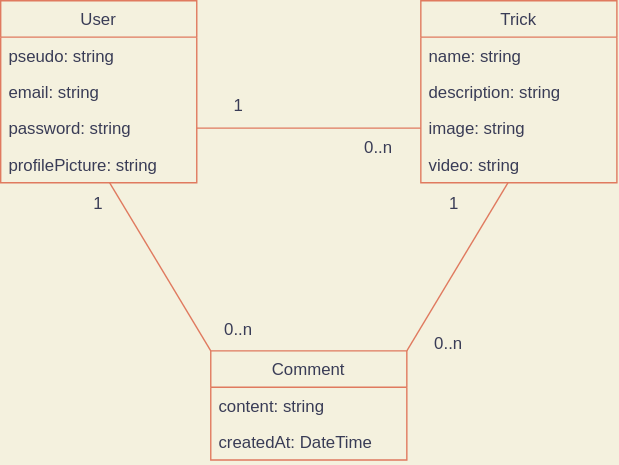
The draw.io diagram public/uml/class_diagram.svg in Tony-marques/p6snowtricks, before a commit. Source tidied: cells renumbered, new cells last; positions are measured from the earlier drawing's top-left corner, leaving out a move shared by most shapes. The source it was exported from:
```xml
<mxGraphModel background="#F4F1DE">
  <root>
    <mxCell id="0" />
    <mxCell id="1" parent="0" />
    <mxCell id="2" value="User" style="swimlane;fontStyle=0;horizontal=1;startSize=26;fillColor=none;strokeColor=#E07A5F;fontColor=#393C56;" parent="1" vertex="1">
      <mxGeometry width="140" height="130" as="geometry" />
    </mxCell>
    <mxCell id="3" value="pseudo: string" style="text;strokeColor=none;fillColor=none;align=left;verticalAlign=top;spacingLeft=4;spacingRight=4;overflow=hidden;fontColor=#393C56;" parent="2" vertex="1">
      <mxGeometry y="26" width="140" height="26" as="geometry" />
    </mxCell>
    <mxCell id="4" value="email: string" style="text;strokeColor=none;fillColor=none;align=left;verticalAlign=top;spacingLeft=4;spacingRight=4;overflow=hidden;fontColor=#393C56;" parent="2" vertex="1">
      <mxGeometry y="52" width="140" height="26" as="geometry" />
    </mxCell>
    <mxCell id="5" value="password: string" style="text;strokeColor=none;fillColor=none;align=left;verticalAlign=top;spacingLeft=4;spacingRight=4;overflow=hidden;points=[[0,0.5],[1,0.5]];portConstraint=eastwest;fontColor=#393C56;" parent="2" vertex="1">
      <mxGeometry y="78" width="140" height="26" as="geometry" />
    </mxCell>
    <mxCell id="6" value="profilePicture: string" style="text;strokeColor=none;fillColor=none;align=left;verticalAlign=top;spacingLeft=4;spacingRight=4;overflow=hidden;points=[[0,0.5],[1,0.5]];portConstraint=eastwest;fontColor=#393C56;" parent="2" vertex="1">
      <mxGeometry y="104" width="140" height="26" as="geometry" />
    </mxCell>
    <mxCell id="7" value="Trick" style="swimlane;fontStyle=0;horizontal=1;startSize=26;fillColor=none;strokeColor=#E07A5F;fontColor=#393C56;" parent="1" vertex="1">
      <mxGeometry x="300" width="140" height="130" as="geometry" />
    </mxCell>
    <mxCell id="8" value="name: string" style="text;strokeColor=none;fillColor=none;align=left;verticalAlign=top;spacingLeft=4;spacingRight=4;overflow=hidden;fontColor=#393C56;" parent="7" vertex="1">
      <mxGeometry y="26" width="140" height="26" as="geometry" />
    </mxCell>
    <mxCell id="9" value="description: string" style="text;strokeColor=none;fillColor=none;align=left;verticalAlign=top;spacingLeft=4;spacingRight=4;overflow=hidden;fontColor=#393C56;" parent="7" vertex="1">
      <mxGeometry y="52" width="140" height="26" as="geometry" />
    </mxCell>
    <mxCell id="10" value="image: string" style="text;strokeColor=none;fillColor=none;align=left;verticalAlign=top;spacingLeft=4;spacingRight=4;overflow=hidden;points=[[0,0.5],[1,0.5]];portConstraint=eastwest;fontColor=#393C56;" parent="7" vertex="1">
      <mxGeometry y="78" width="140" height="26" as="geometry" />
    </mxCell>
    <mxCell id="11" value="video: string" style="text;strokeColor=none;fillColor=none;align=left;verticalAlign=top;spacingLeft=4;spacingRight=4;overflow=hidden;points=[[0,0.5],[1,0.5]];portConstraint=eastwest;fontColor=#393C56;" parent="7" vertex="1">
      <mxGeometry y="104" width="140" height="26" as="geometry" />
    </mxCell>
    <mxCell id="12" value="Comment" style="swimlane;fontStyle=0;horizontal=1;startSize=26;fillColor=none;strokeColor=#E07A5F;fontColor=#393C56;" parent="1" vertex="1">
      <mxGeometry x="150" y="250" width="140" height="78" as="geometry" />
    </mxCell>
    <mxCell id="13" value="content: string" style="text;strokeColor=none;fillColor=none;align=left;verticalAlign=top;spacingLeft=4;spacingRight=4;overflow=hidden;fontColor=#393C56;" parent="12" vertex="1">
      <mxGeometry y="26" width="140" height="26" as="geometry" />
    </mxCell>
    <mxCell id="14" value="createdAt: DateTime" style="text;strokeColor=none;fillColor=none;align=left;verticalAlign=top;spacingLeft=4;spacingRight=4;overflow=hidden;fontColor=#393C56;" parent="12" vertex="1">
      <mxGeometry y="52" width="140" height="26" as="geometry" />
    </mxCell>
    <mxCell id="15" style="endArrow=none;html=1;exitX=1;exitY=0.5;exitDx=0;exitDy=0;entryX=0;entryY=0.5;entryDx=0;entryDy=0;labelBackgroundColor=#F4F1DE;strokeColor=#E07A5F;fontColor=#393C56;" parent="1" edge="1" source="5" target="10">
      <mxGeometry relative="1" as="geometry" />
    </mxCell>
    <mxCell id="16" value="1" style="text;html=1;strokeColor=none;fillColor=none;align=center;verticalAlign=middle;whiteSpace=wrap;rounded=0;fontColor=#393C56;" parent="1" vertex="1">
      <mxGeometry x="140" y="60" width="60" height="30" as="geometry" />
    </mxCell>
    <mxCell id="17" value="0..n" style="text;html=1;strokeColor=none;fillColor=none;align=center;verticalAlign=middle;whiteSpace=wrap;rounded=0;fontColor=#393C56;" parent="1" vertex="1">
      <mxGeometry x="240" y="90" width="60" height="30" as="geometry" />
    </mxCell>
    <mxCell id="18" style="endArrow=none;html=1;entryX=1;entryY=0;entryDx=0;entryDy=0;labelBackgroundColor=#F4F1DE;strokeColor=#E07A5F;fontColor=#393C56;" parent="1" edge="1" source="11" target="12">
      <mxGeometry relative="1" as="geometry" />
    </mxCell>
    <mxCell id="19" value="1" style="text;html=1;strokeColor=none;fillColor=none;align=center;verticalAlign=middle;whiteSpace=wrap;rounded=0;fontColor=#393C56;" parent="1" vertex="1">
      <mxGeometry x="40" y="130" width="60" height="30" as="geometry" />
    </mxCell>
    <mxCell id="20" value="0..n" style="text;html=1;strokeColor=none;fillColor=none;align=center;verticalAlign=middle;whiteSpace=wrap;rounded=0;fontColor=#393C56;" parent="1" vertex="1">
      <mxGeometry x="140" y="220" width="60" height="30" as="geometry" />
    </mxCell>
    <mxCell id="21" value="1" style="text;html=1;strokeColor=none;fillColor=none;align=center;verticalAlign=middle;whiteSpace=wrap;rounded=0;fontColor=#393C56;" parent="1" vertex="1">
      <mxGeometry x="294" y="130" width="60" height="30" as="geometry" />
    </mxCell>
    <mxCell id="22" value="0..n" style="text;html=1;strokeColor=none;fillColor=none;align=center;verticalAlign=middle;whiteSpace=wrap;rounded=0;fontColor=#393C56;" parent="1" vertex="1">
      <mxGeometry x="290" y="230" width="60" height="30" as="geometry" />
    </mxCell>
    <mxCell id="23" style="endArrow=none;html=1;entryX=0;entryY=0;entryDx=0;entryDy=0;labelBackgroundColor=#F4F1DE;strokeColor=#E07A5F;fontColor=#393C56;" parent="1" edge="1" source="6" target="12">
      <mxGeometry relative="1" as="geometry" />
    </mxCell>
  </root>
</mxGraphModel>
```
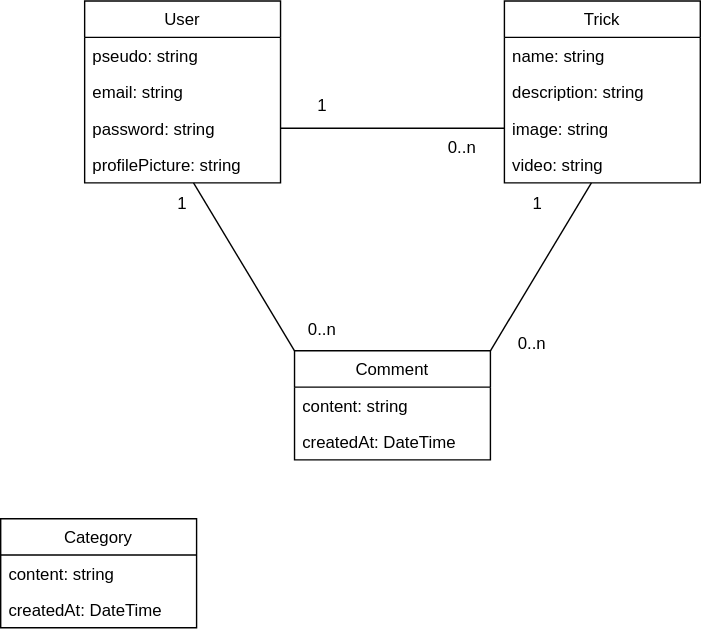
The same file after the commit.

What changed in the source:
```diff
@@ -1,72 +1,81 @@
-<mxGraphModel background="#F4F1DE">
+<mxGraphModel>
   <root>
     <mxCell id="0" />
     <mxCell id="1" parent="0" />
-    <mxCell id="2" value="User" style="swimlane;fontStyle=0;horizontal=1;startSize=26;fillColor=none;strokeColor=#E07A5F;fontColor=#393C56;" parent="1" vertex="1">
+    <mxCell id="2" value="User" style="swimlane;fontStyle=0;horizontal=1;startSize=26;fillColor=none;" parent="1" vertex="1">
       <mxGeometry width="140" height="130" as="geometry" />
     </mxCell>
-    <mxCell id="3" value="pseudo: string" style="text;strokeColor=none;fillColor=none;align=left;verticalAlign=top;spacingLeft=4;spacingRight=4;overflow=hidden;fontColor=#393C56;" parent="2" vertex="1">
+    <mxCell id="3" value="pseudo: string" style="text;strokeColor=none;fillColor=none;align=left;verticalAlign=top;spacingLeft=4;spacingRight=4;overflow=hidden;" parent="2" vertex="1">
       <mxGeometry y="26" width="140" height="26" as="geometry" />
     </mxCell>
-    <mxCell id="4" value="email: string" style="text;strokeColor=none;fillColor=none;align=left;verticalAlign=top;spacingLeft=4;spacingRight=4;overflow=hidden;fontColor=#393C56;" parent="2" vertex="1">
+    <mxCell id="4" value="email: string" style="text;strokeColor=none;fillColor=none;align=left;verticalAlign=top;spacingLeft=4;spacingRight=4;overflow=hidden;" parent="2" vertex="1">
       <mxGeometry y="52" width="140" height="26" as="geometry" />
     </mxCell>
-    <mxCell id="5" value="password: string" style="text;strokeColor=none;fillColor=none;align=left;verticalAlign=top;spacingLeft=4;spacingRight=4;overflow=hidden;points=[[0,0.5],[1,0.5]];portConstraint=eastwest;fontColor=#393C56;" parent="2" vertex="1">
+    <mxCell id="5" value="password: string" style="text;strokeColor=none;fillColor=none;align=left;verticalAlign=top;spacingLeft=4;spacingRight=4;overflow=hidden;points=[[0,0.5],[1,0.5]];portConstraint=eastwest;" parent="2" vertex="1">
       <mxGeometry y="78" width="140" height="26" as="geometry" />
     </mxCell>
-    <mxCell id="6" value="profilePicture: string" style="text;strokeColor=none;fillColor=none;align=left;verticalAlign=top;spacingLeft=4;spacingRight=4;overflow=hidden;points=[[0,0.5],[1,0.5]];portConstraint=eastwest;fontColor=#393C56;" parent="2" vertex="1">
+    <mxCell id="6" value="profilePicture: string" style="text;strokeColor=none;fillColor=none;align=left;verticalAlign=top;spacingLeft=4;spacingRight=4;overflow=hidden;points=[[0,0.5],[1,0.5]];portConstraint=eastwest;" parent="2" vertex="1">
       <mxGeometry y="104" width="140" height="26" as="geometry" />
     </mxCell>
-    <mxCell id="7" value="Trick" style="swimlane;fontStyle=0;horizontal=1;startSize=26;fillColor=none;strokeColor=#E07A5F;fontColor=#393C56;" parent="1" vertex="1">
+    <mxCell id="7" value="Trick" style="swimlane;fontStyle=0;horizontal=1;startSize=26;fillColor=none;" parent="1" vertex="1">
       <mxGeometry x="300" width="140" height="130" as="geometry" />
     </mxCell>
-    <mxCell id="8" value="name: string" style="text;strokeColor=none;fillColor=none;align=left;verticalAlign=top;spacingLeft=4;spacingRight=4;overflow=hidden;fontColor=#393C56;" parent="7" vertex="1">
+    <mxCell id="8" value="name: string" style="text;strokeColor=none;fillColor=none;align=left;verticalAlign=top;spacingLeft=4;spacingRight=4;overflow=hidden;" parent="7" vertex="1">
       <mxGeometry y="26" width="140" height="26" as="geometry" />
     </mxCell>
-    <mxCell id="9" value="description: string" style="text;strokeColor=none;fillColor=none;align=left;verticalAlign=top;spacingLeft=4;spacingRight=4;overflow=hidden;fontColor=#393C56;" parent="7" vertex="1">
+    <mxCell id="9" value="description: string" style="text;strokeColor=none;fillColor=none;align=left;verticalAlign=top;spacingLeft=4;spacingRight=4;overflow=hidden;" parent="7" vertex="1">
       <mxGeometry y="52" width="140" height="26" as="geometry" />
     </mxCell>
-    <mxCell id="10" value="image: string" style="text;strokeColor=none;fillColor=none;align=left;verticalAlign=top;spacingLeft=4;spacingRight=4;overflow=hidden;points=[[0,0.5],[1,0.5]];portConstraint=eastwest;fontColor=#393C56;" parent="7" vertex="1">
+    <mxCell id="10" value="image: string" style="text;strokeColor=none;fillColor=none;align=left;verticalAlign=top;spacingLeft=4;spacingRight=4;overflow=hidden;points=[[0,0.5],[1,0.5]];portConstraint=eastwest;" parent="7" vertex="1">
       <mxGeometry y="78" width="140" height="26" as="geometry" />
     </mxCell>
-    <mxCell id="11" value="video: string" style="text;strokeColor=none;fillColor=none;align=left;verticalAlign=top;spacingLeft=4;spacingRight=4;overflow=hidden;points=[[0,0.5],[1,0.5]];portConstraint=eastwest;fontColor=#393C56;" parent="7" vertex="1">
+    <mxCell id="11" value="video: string" style="text;strokeColor=none;fillColor=none;align=left;verticalAlign=top;spacingLeft=4;spacingRight=4;overflow=hidden;points=[[0,0.5],[1,0.5]];portConstraint=eastwest;" parent="7" vertex="1">
       <mxGeometry y="104" width="140" height="26" as="geometry" />
     </mxCell>
-    <mxCell id="12" value="Comment" style="swimlane;fontStyle=0;horizontal=1;startSize=26;fillColor=none;strokeColor=#E07A5F;fontColor=#393C56;" parent="1" vertex="1">
+    <mxCell id="12" value="Comment" style="swimlane;fontStyle=0;horizontal=1;startSize=26;fillColor=none;" parent="1" vertex="1">
       <mxGeometry x="150" y="250" width="140" height="78" as="geometry" />
     </mxCell>
-    <mxCell id="13" value="content: string" style="text;strokeColor=none;fillColor=none;align=left;verticalAlign=top;spacingLeft=4;spacingRight=4;overflow=hidden;fontColor=#393C56;" parent="12" vertex="1">
+    <mxCell id="13" value="content: string" style="text;strokeColor=none;fillColor=none;align=left;verticalAlign=top;spacingLeft=4;spacingRight=4;overflow=hidden;" parent="12" vertex="1">
       <mxGeometry y="26" width="140" height="26" as="geometry" />
     </mxCell>
-    <mxCell id="14" value="createdAt: DateTime" style="text;strokeColor=none;fillColor=none;align=left;verticalAlign=top;spacingLeft=4;spacingRight=4;overflow=hidden;fontColor=#393C56;" parent="12" vertex="1">
+    <mxCell id="14" value="createdAt: DateTime" style="text;strokeColor=none;fillColor=none;align=left;verticalAlign=top;spacingLeft=4;spacingRight=4;overflow=hidden;" parent="12" vertex="1">
       <mxGeometry y="52" width="140" height="26" as="geometry" />
     </mxCell>
-    <mxCell id="15" style="endArrow=none;html=1;exitX=1;exitY=0.5;exitDx=0;exitDy=0;entryX=0;entryY=0.5;entryDx=0;entryDy=0;labelBackgroundColor=#F4F1DE;strokeColor=#E07A5F;fontColor=#393C56;" parent="1" edge="1" source="5" target="10">
+    <mxCell id="15" style="endArrow=none;html=1;exitX=1;exitY=0.5;exitDx=0;exitDy=0;entryX=0;entryY=0.5;entryDx=0;entryDy=0;" parent="1" edge="1" source="5" target="10">
       <mxGeometry relative="1" as="geometry" />
     </mxCell>
-    <mxCell id="16" value="1" style="text;html=1;strokeColor=none;fillColor=none;align=center;verticalAlign=middle;whiteSpace=wrap;rounded=0;fontColor=#393C56;" parent="1" vertex="1">
+    <mxCell id="16" value="1" style="text;html=1;strokeColor=none;fillColor=none;align=center;verticalAlign=middle;whiteSpace=wrap;rounded=0;" parent="1" vertex="1">
       <mxGeometry x="140" y="60" width="60" height="30" as="geometry" />
     </mxCell>
-    <mxCell id="17" value="0..n" style="text;html=1;strokeColor=none;fillColor=none;align=center;verticalAlign=middle;whiteSpace=wrap;rounded=0;fontColor=#393C56;" parent="1" vertex="1">
+    <mxCell id="17" value="0..n" style="text;html=1;strokeColor=none;fillColor=none;align=center;verticalAlign=middle;whiteSpace=wrap;rounded=0;" parent="1" vertex="1">
       <mxGeometry x="240" y="90" width="60" height="30" as="geometry" />
     </mxCell>
-    <mxCell id="18" style="endArrow=none;html=1;entryX=1;entryY=0;entryDx=0;entryDy=0;labelBackgroundColor=#F4F1DE;strokeColor=#E07A5F;fontColor=#393C56;" parent="1" edge="1" source="11" target="12">
+    <mxCell id="18" style="endArrow=none;html=1;entryX=1;entryY=0;entryDx=0;entryDy=0;" parent="1" edge="1" source="11" target="12">
       <mxGeometry relative="1" as="geometry" />
     </mxCell>
-    <mxCell id="19" value="1" style="text;html=1;strokeColor=none;fillColor=none;align=center;verticalAlign=middle;whiteSpace=wrap;rounded=0;fontColor=#393C56;" parent="1" vertex="1">
+    <mxCell id="19" value="1" style="text;html=1;strokeColor=none;fillColor=none;align=center;verticalAlign=middle;whiteSpace=wrap;rounded=0;" parent="1" vertex="1">
       <mxGeometry x="40" y="130" width="60" height="30" as="geometry" />
     </mxCell>
-    <mxCell id="20" value="0..n" style="text;html=1;strokeColor=none;fillColor=none;align=center;verticalAlign=middle;whiteSpace=wrap;rounded=0;fontColor=#393C56;" parent="1" vertex="1">
+    <mxCell id="20" value="0..n" style="text;html=1;strokeColor=none;fillColor=none;align=center;verticalAlign=middle;whiteSpace=wrap;rounded=0;" parent="1" vertex="1">
       <mxGeometry x="140" y="220" width="60" height="30" as="geometry" />
     </mxCell>
-    <mxCell id="21" value="1" style="text;html=1;strokeColor=none;fillColor=none;align=center;verticalAlign=middle;whiteSpace=wrap;rounded=0;fontColor=#393C56;" parent="1" vertex="1">
+    <mxCell id="21" value="1" style="text;html=1;strokeColor=none;fillColor=none;align=center;verticalAlign=middle;whiteSpace=wrap;rounded=0;" parent="1" vertex="1">
       <mxGeometry x="294" y="130" width="60" height="30" as="geometry" />
     </mxCell>
-    <mxCell id="22" value="0..n" style="text;html=1;strokeColor=none;fillColor=none;align=center;verticalAlign=middle;whiteSpace=wrap;rounded=0;fontColor=#393C56;" parent="1" vertex="1">
+    <mxCell id="22" value="0..n" style="text;html=1;strokeColor=none;fillColor=none;align=center;verticalAlign=middle;whiteSpace=wrap;rounded=0;" parent="1" vertex="1">
       <mxGeometry x="290" y="230" width="60" height="30" as="geometry" />
     </mxCell>
-    <mxCell id="23" style="endArrow=none;html=1;entryX=0;entryY=0;entryDx=0;entryDy=0;labelBackgroundColor=#F4F1DE;strokeColor=#E07A5F;fontColor=#393C56;" parent="1" edge="1" source="6" target="12">
+    <mxCell id="23" style="endArrow=none;html=1;entryX=0;entryY=0;entryDx=0;entryDy=0;" parent="1" edge="1" source="6" target="12">
       <mxGeometry relative="1" as="geometry" />
     </mxCell>
+    <mxCell id="24" value="Category" style="swimlane;fontStyle=0;horizontal=1;startSize=26;fillColor=none;" parent="1" vertex="1">
+      <mxGeometry x="-60" y="370" width="140" height="78" as="geometry" />
+    </mxCell>
+    <mxCell id="25" value="content: string" style="text;strokeColor=none;fillColor=none;align=left;verticalAlign=top;spacingLeft=4;spacingRight=4;overflow=hidden;" parent="24" vertex="1">
+      <mxGeometry y="26" width="140" height="26" as="geometry" />
+    </mxCell>
+    <mxCell id="26" value="createdAt: DateTime" style="text;strokeColor=none;fillColor=none;align=left;verticalAlign=top;spacingLeft=4;spacingRight=4;overflow=hidden;" parent="24" vertex="1">
+      <mxGeometry y="52" width="140" height="26" as="geometry" />
+    </mxCell>
   </root>
 </mxGraphModel>
```
